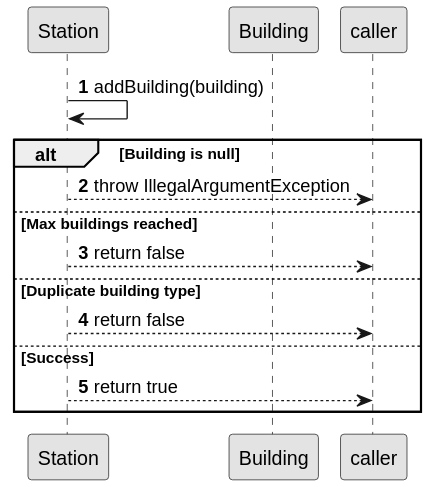
Earlier version of the PlantUML export docs/sprint2/us006/03.design/svg/us006-sd-partial-add-building.svg (ivasduarte/all-aboard).
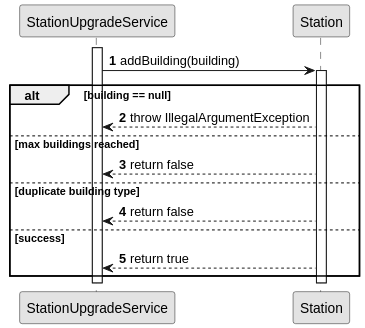
Later version of the same file.

What changed in the source:
```diff
@@ -2,18 +2,23 @@
 skinparam monochrome true
 autonumber
 
+participant "StationUpgradeService" as Service
 participant "Station" as Station
-participant "Building" as Building
 
-Station -> Station : addBuilding(building)
+activate Service
+Service -> Station : addBuilding(building)
+activate Station
 
-alt Building is null
-    Station --> caller : throw IllegalArgumentException
-else Max buildings reached
-    Station --> caller : return false
-else Duplicate building type
-    Station --> caller : return false
-else Success
-    Station --> caller : return true
+alt building == null
+    Station --> Service : throw IllegalArgumentException
+else max buildings reached
+    Station --> Service : return false
+else duplicate building type
+    Station --> Service : return false
+else success
+    Station --> Service : return true
 end
+
+deactivate Station
+deactivate Service
 @enduml
```
